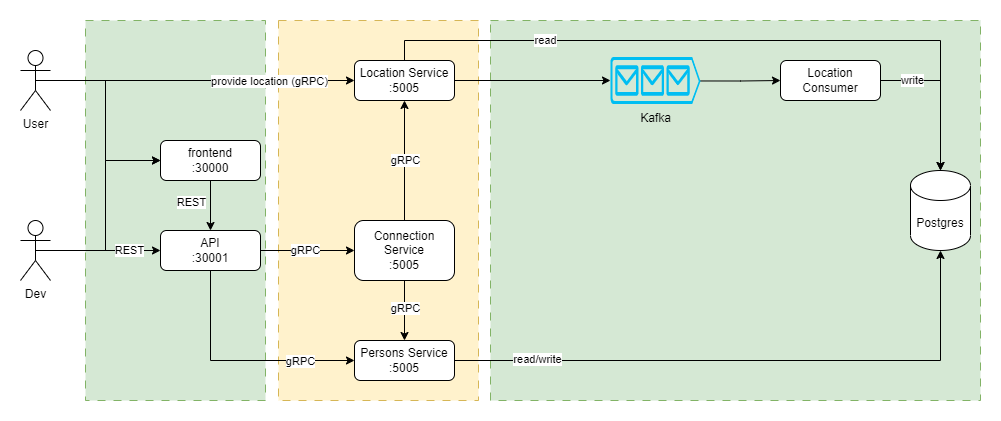
This is docs/architecture_design.png from phanhoaithuabc/message-passing, a draw.io export, as it was before one commit. Source tidied: cells renumbered, new cells last; positions are measured from the earlier drawing's top-left corner, leaving out a move shared by most shapes.
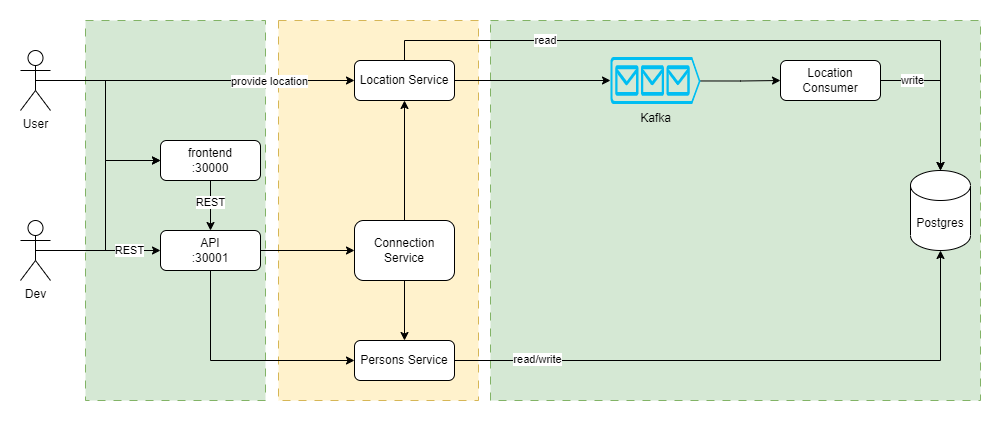
The same file after the commit.

Diff of the diagram source:
```diff
@@ -14,19 +14,9 @@
     <mxCell id="5" style="edgeStyle=orthogonalEdgeStyle;rounded=0;jettySize=auto;html=1;exitX=0.5;exitY=1;exitDx=0;exitDy=0;entryX=0;entryY=0.5;entryDx=0;entryDy=0;" parent="1" edge="1" source="9" target="21">
       <mxGeometry relative="1" as="geometry" />
     </mxCell>
-    <mxCell id="6" value="gRPC" style="edgeLabel;html=1;align=center;verticalAlign=middle;" parent="5" vertex="1">
-      <mxGeometry x="0.17" relative="1" as="geometry">
-        <mxPoint x="42" as="offset" />
-      </mxGeometry>
-    </mxCell>
     <mxCell id="7" style="edgeStyle=orthogonalEdgeStyle;rounded=0;jettySize=auto;html=1;exitX=1;exitY=0.5;exitDx=0;exitDy=0;entryX=0;entryY=0.5;entryDx=0;entryDy=0;" parent="1" edge="1" source="9" target="15">
       <mxGeometry relative="1" as="geometry" />
     </mxCell>
-    <mxCell id="8" value="gRPC" style="edgeLabel;html=1;align=center;verticalAlign=middle;" parent="7" vertex="1">
-      <mxGeometry x="-0.19" y="1" relative="1" as="geometry">
-        <mxPoint x="6" as="offset" />
-      </mxGeometry>
-    </mxCell>
     <mxCell id="9" value="API&lt;br&gt;:30001" style="rounded=1;whiteSpace=wrap;html=1;" parent="1" vertex="1">
       <mxGeometry x="140" y="210" width="100" height="40" as="geometry" />
     </mxCell>
@@ -39,15 +29,10 @@
     <mxCell id="12" style="edgeStyle=orthogonalEdgeStyle;rounded=0;jettySize=auto;html=1;exitX=0.5;exitY=0;exitDx=0;exitDy=0;entryX=0.5;entryY=1;entryDx=0;entryDy=0;" parent="1" edge="1" source="15" target="25">
       <mxGeometry relative="1" as="geometry" />
     </mxCell>
-    <mxCell id="13" value="gRPC" style="edgeLabel;html=1;align=center;verticalAlign=middle;" parent="12" vertex="1">
-      <mxGeometry x="0.3" relative="1" as="geometry">
-        <mxPoint y="17" as="offset" />
-      </mxGeometry>
-    </mxCell>
     <mxCell id="14" style="edgeStyle=orthogonalEdgeStyle;rounded=0;jettySize=auto;html=1;exitX=0.5;exitY=1;exitDx=0;exitDy=0;entryX=0.5;entryY=0;entryDx=0;entryDy=0;" parent="1" edge="1" source="15" target="21">
       <mxGeometry relative="1" as="geometry" />
     </mxCell>
-    <mxCell id="15" value="Connection Service&lt;br&gt;:5005" style="rounded=1;whiteSpace=wrap;html=1;" parent="1" vertex="1">
+    <mxCell id="15" value="Connection Service" style="rounded=1;whiteSpace=wrap;html=1;" parent="1" vertex="1">
       <mxGeometry x="334" y="200" width="100" height="60" as="geometry" />
     </mxCell>
     <mxCell id="16" style="edgeStyle=orthogonalEdgeStyle;rounded=0;jettySize=auto;html=1;exitX=1;exitY=0.5;exitDx=0;exitDy=0;" parent="1" edge="1" source="18" target="27">
@@ -69,7 +54,7 @@
         <mxPoint x="-115" y="-3" as="offset" />
       </mxGeometry>
     </mxCell>
-    <mxCell id="21" value="Persons Service&lt;br&gt;:5005" style="rounded=1;whiteSpace=wrap;html=1;" parent="1" vertex="1">
+    <mxCell id="21" value="Persons Service" style="rounded=1;whiteSpace=wrap;html=1;" parent="1" vertex="1">
       <mxGeometry x="334" y="320" width="100" height="40" as="geometry" />
     </mxCell>
     <mxCell id="22" style="edgeStyle=orthogonalEdgeStyle;rounded=0;jettySize=auto;html=1;exitX=1;exitY=0.5;exitDx=0;exitDy=0;entryX=0;entryY=0.5;entryDx=0;entryDy=0;entryPerimeter=0;" parent="1" edge="1" source="25" target="29">
@@ -83,7 +68,7 @@
         <mxPoint x="15" y="-2" as="offset" />
       </mxGeometry>
     </mxCell>
-    <mxCell id="25" value="Location Service&lt;br&gt;:5005" style="rounded=1;whiteSpace=wrap;html=1;" parent="1" vertex="1">
+    <mxCell id="25" value="Location Service" style="rounded=1;whiteSpace=wrap;html=1;" parent="1" vertex="1">
       <mxGeometry x="334" y="40" width="100" height="40" as="geometry" />
     </mxCell>
     <mxCell id="26" style="edgeStyle=orthogonalEdgeStyle;rounded=0;jettySize=auto;html=1;exitX=0.5;exitY=1;exitDx=0;exitDy=0;exitPerimeter=0;" parent="1" edge="1" source="27">
@@ -103,7 +88,7 @@
     <mxCell id="30" style="edgeStyle=orthogonalEdgeStyle;rounded=0;jettySize=auto;html=1;exitX=0.5;exitY=0.5;exitDx=0;exitDy=0;exitPerimeter=0;entryX=0;entryY=0.5;entryDx=0;entryDy=0;" parent="1" edge="1" source="33" target="25">
       <mxGeometry relative="1" as="geometry" />
     </mxCell>
-    <mxCell id="31" value="provide location (gRPC)" style="edgeLabel;html=1;align=center;verticalAlign=middle;" parent="30" vertex="1">
+    <mxCell id="31" value="provide location" style="edgeLabel;html=1;align=center;verticalAlign=middle;" parent="30" vertex="1">
       <mxGeometry x="-0.09" y="-3" relative="1" as="geometry">
         <mxPoint x="89" y="-3" as="offset" />
       </mxGeometry>
@@ -123,13 +108,8 @@
     <mxCell id="36" value="Dev" style="shape=umlActor;verticalLabelPosition=bottom;verticalAlign=top;html=1;outlineConnect=0;" parent="1" vertex="1">
       <mxGeometry y="200" width="30" height="60" as="geometry" />
     </mxCell>
-    <mxCell id="37" value="gRPC" style="edgeLabel;html=1;align=center;verticalAlign=middle;" parent="1" vertex="1">
-      <mxGeometry x="393" y="147" as="geometry">
-        <mxPoint x="-9" y="140" as="offset" />
-      </mxGeometry>
-    </mxCell>
     <mxCell id="38" value="REST" style="edgeLabel;html=1;align=center;verticalAlign=middle;" parent="1" vertex="1">
-      <mxGeometry x="168" y="181" as="geometry">
+      <mxGeometry x="187" y="181" as="geometry">
         <mxPoint x="2" as="offset" />
       </mxGeometry>
     </mxCell>
```
